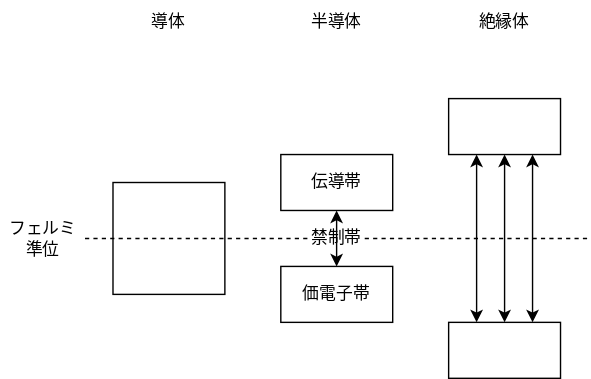
Earlier version of the draw.io export Lab/Physics/CondensedMatter/img/Fig-4.2.1.dio.svg (amane-uehara/kanade-k-1228.github.io). Source tidied: cells renumbered, new cells last; positions are measured from the earlier drawing's top-left corner, leaving out a move shared by most shapes. The source it was exported from:
```xml
<mxGraphModel>
  <root>
    <mxCell id="0" />
    <mxCell id="1" parent="0" />
    <mxCell id="2" style="rounded=0;whiteSpace=wrap;html=1;" parent="1" vertex="1">
      <mxGeometry x="80" y="130" width="80" height="80" as="geometry" />
    </mxCell>
    <mxCell id="3" value="導体" style="text;html=1;strokeColor=none;fillColor=none;align=center;verticalAlign=middle;whiteSpace=wrap;rounded=0;" parent="1" vertex="1">
      <mxGeometry x="100" width="40" height="30" as="geometry" />
    </mxCell>
    <mxCell id="4" style="endArrow=none;dashed=1;html=1;startArrow=none;" parent="1" edge="1" source="13">
      <mxGeometry relative="1" as="geometry">
        <mxPoint x="420" y="170" as="targetPoint" />
      </mxGeometry>
    </mxCell>
    <mxCell id="5" value="フェルミ&lt;br&gt;準位" style="text;html=1;strokeColor=none;fillColor=none;align=center;verticalAlign=middle;whiteSpace=wrap;rounded=0;" parent="1" vertex="1">
      <mxGeometry y="155" width="60" height="30" as="geometry" />
    </mxCell>
    <mxCell id="6" value="価電子帯" style="rounded=0;whiteSpace=wrap;html=1;" parent="1" vertex="1">
      <mxGeometry x="200" y="190" width="80" height="40" as="geometry" />
    </mxCell>
    <mxCell id="7" value="伝導帯" style="rounded=0;whiteSpace=wrap;html=1;" parent="1" vertex="1">
      <mxGeometry x="200" y="110" width="80" height="40" as="geometry" />
    </mxCell>
    <mxCell id="8" style="rounded=0;whiteSpace=wrap;html=1;" parent="1" vertex="1">
      <mxGeometry x="320" y="230" width="80" height="40" as="geometry" />
    </mxCell>
    <mxCell id="9" style="rounded=0;whiteSpace=wrap;html=1;" parent="1" vertex="1">
      <mxGeometry x="320" y="70" width="80" height="40" as="geometry" />
    </mxCell>
    <mxCell id="10" value="半導体" style="text;html=1;strokeColor=none;fillColor=none;align=center;verticalAlign=middle;whiteSpace=wrap;rounded=0;" parent="1" vertex="1">
      <mxGeometry x="220" width="40" height="30" as="geometry" />
    </mxCell>
    <mxCell id="11" value="絶縁体" style="text;html=1;strokeColor=none;fillColor=none;align=center;verticalAlign=middle;whiteSpace=wrap;rounded=0;" parent="1" vertex="1">
      <mxGeometry x="340" width="40" height="30" as="geometry" />
    </mxCell>
    <mxCell id="12" style="endArrow=classic;startArrow=classic;html=1;" parent="1" edge="1">
      <mxGeometry relative="1" as="geometry">
        <mxPoint x="239.9" y="190" as="sourcePoint" />
        <mxPoint x="239.9" y="150" as="targetPoint" />
      </mxGeometry>
    </mxCell>
    <mxCell id="13" value="禁制帯" style="text;html=1;strokeColor=none;fillColor=none;align=center;verticalAlign=middle;whiteSpace=wrap;rounded=0;" parent="1" vertex="1">
      <mxGeometry x="220" y="155" width="40" height="30" as="geometry" />
    </mxCell>
    <mxCell id="14" style="endArrow=none;dashed=1;html=1;" parent="1" edge="1" target="13">
      <mxGeometry relative="1" as="geometry">
        <mxPoint x="60" y="170" as="sourcePoint" />
      </mxGeometry>
    </mxCell>
    <mxCell id="15" style="endArrow=classic;startArrow=classic;html=1;" parent="1" edge="1">
      <mxGeometry relative="1" as="geometry">
        <mxPoint x="340" y="230" as="sourcePoint" />
        <mxPoint x="340" y="110" as="targetPoint" />
      </mxGeometry>
    </mxCell>
    <mxCell id="16" style="endArrow=classic;startArrow=classic;html=1;" parent="1" edge="1">
      <mxGeometry relative="1" as="geometry">
        <mxPoint x="360" y="230" as="sourcePoint" />
        <mxPoint x="360" y="110" as="targetPoint" />
      </mxGeometry>
    </mxCell>
    <mxCell id="17" style="endArrow=classic;startArrow=classic;html=1;" parent="1" edge="1">
      <mxGeometry relative="1" as="geometry">
        <mxPoint x="380" y="230" as="sourcePoint" />
        <mxPoint x="380" y="110" as="targetPoint" />
      </mxGeometry>
    </mxCell>
  </root>
</mxGraphModel>
```
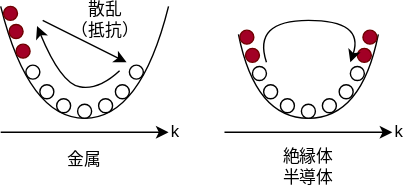
After the change.

The edit, as a diff of the source:
```diff
@@ -2,69 +2,157 @@
   <root>
     <mxCell id="0" />
     <mxCell id="1" parent="0" />
-    <mxCell id="2" style="rounded=0;whiteSpace=wrap;html=1;" parent="1" vertex="1">
-      <mxGeometry x="80" y="130" width="80" height="80" as="geometry" />
+    <mxCell id="2" style="endArrow=none;html=1;curved=1;" parent="1" edge="1">
+      <mxGeometry relative="1" as="geometry">
+        <mxPoint y="110" as="sourcePoint" />
+        <mxPoint x="60" y="190" as="targetPoint" />
+        <Array as="points">
+          <mxPoint x="20" y="190" />
+        </Array>
+      </mxGeometry>
     </mxCell>
-    <mxCell id="3" value="導体" style="text;html=1;strokeColor=none;fillColor=none;align=center;verticalAlign=middle;whiteSpace=wrap;rounded=0;" parent="1" vertex="1">
-      <mxGeometry x="100" width="40" height="30" as="geometry" />
+    <mxCell id="3" style="endArrow=none;html=1;curved=1;" parent="1" edge="1">
+      <mxGeometry relative="1" as="geometry">
+        <mxPoint x="120" y="110" as="sourcePoint" />
+        <mxPoint x="60" y="190" as="targetPoint" />
+        <Array as="points">
+          <mxPoint x="100" y="190" />
+        </Array>
+      </mxGeometry>
     </mxCell>
-    <mxCell id="4" style="endArrow=none;dashed=1;html=1;startArrow=none;" parent="1" edge="1" source="13">
-      <mxGeometry relative="1" as="geometry">
-        <mxPoint x="420" y="170" as="targetPoint" />
-      </mxGeometry>
+    <mxCell id="4" style="ellipse;whiteSpace=wrap;html=1;" parent="1" vertex="1">
+      <mxGeometry x="40" y="176" width="10" height="10" as="geometry" />
     </mxCell>
-    <mxCell id="5" value="フェルミ&lt;br&gt;準位" style="text;html=1;strokeColor=none;fillColor=none;align=center;verticalAlign=middle;whiteSpace=wrap;rounded=0;" parent="1" vertex="1">
-      <mxGeometry y="155" width="60" height="30" as="geometry" />
+    <mxCell id="5" style="ellipse;whiteSpace=wrap;html=1;" parent="1" vertex="1">
+      <mxGeometry x="70" y="176" width="10" height="10" as="geometry" />
     </mxCell>
-    <mxCell id="6" value="価電子帯" style="rounded=0;whiteSpace=wrap;html=1;" parent="1" vertex="1">
-      <mxGeometry x="200" y="190" width="80" height="40" as="geometry" />
+    <mxCell id="6" style="ellipse;whiteSpace=wrap;html=1;" parent="1" vertex="1">
+      <mxGeometry x="55" y="180" width="10" height="10" as="geometry" />
     </mxCell>
-    <mxCell id="7" value="伝導帯" style="rounded=0;whiteSpace=wrap;html=1;" parent="1" vertex="1">
-      <mxGeometry x="200" y="110" width="80" height="40" as="geometry" />
-    </mxCell>
-    <mxCell id="8" style="rounded=0;whiteSpace=wrap;html=1;" parent="1" vertex="1">
-      <mxGeometry x="320" y="230" width="80" height="40" as="geometry" />
+    <mxCell id="8" style="ellipse;whiteSpace=wrap;html=1;" parent="1" vertex="1">
+      <mxGeometry x="28" y="166" width="10" height="10" as="geometry" />
     </mxCell>
-    <mxCell id="9" style="rounded=0;whiteSpace=wrap;html=1;" parent="1" vertex="1">
-      <mxGeometry x="320" y="70" width="80" height="40" as="geometry" />
+    <mxCell id="9" style="ellipse;whiteSpace=wrap;html=1;" parent="1" vertex="1">
+      <mxGeometry x="82" y="166" width="10" height="10" as="geometry" />
     </mxCell>
-    <mxCell id="10" value="半導体" style="text;html=1;strokeColor=none;fillColor=none;align=center;verticalAlign=middle;whiteSpace=wrap;rounded=0;" parent="1" vertex="1">
-      <mxGeometry x="220" width="40" height="30" as="geometry" />
+    <mxCell id="10" style="ellipse;whiteSpace=wrap;html=1;" parent="1" vertex="1">
+      <mxGeometry x="18" y="152" width="10" height="10" as="geometry" />
     </mxCell>
-    <mxCell id="11" value="絶縁体" style="text;html=1;strokeColor=none;fillColor=none;align=center;verticalAlign=middle;whiteSpace=wrap;rounded=0;" parent="1" vertex="1">
-      <mxGeometry x="340" width="40" height="30" as="geometry" />
+    <mxCell id="11" style="ellipse;whiteSpace=wrap;html=1;" parent="1" vertex="1">
+      <mxGeometry x="92" y="152" width="10" height="10" as="geometry" />
     </mxCell>
-    <mxCell id="12" style="endArrow=classic;startArrow=classic;html=1;" parent="1" edge="1">
+    <mxCell id="12" style="endArrow=classic;html=1;curved=1;" parent="1" edge="1">
       <mxGeometry relative="1" as="geometry">
-        <mxPoint x="239.9" y="190" as="sourcePoint" />
-        <mxPoint x="239.9" y="150" as="targetPoint" />
+        <mxPoint x="85" y="156" as="sourcePoint" />
+        <mxPoint x="26" y="124" as="targetPoint" />
+        <Array as="points">
+          <mxPoint x="70" y="170" />
+          <mxPoint x="43" y="165" />
+        </Array>
       </mxGeometry>
     </mxCell>
-    <mxCell id="13" value="禁制帯" style="text;html=1;strokeColor=none;fillColor=none;align=center;verticalAlign=middle;whiteSpace=wrap;rounded=0;" parent="1" vertex="1">
-      <mxGeometry x="220" y="155" width="40" height="30" as="geometry" />
+    <mxCell id="13" style="ellipse;whiteSpace=wrap;html=1;fillColor=#a20025;fontColor=#ffffff;strokeColor=#6F0000;" parent="1" vertex="1">
+      <mxGeometry x="6" y="123" width="10" height="10" as="geometry" />
     </mxCell>
-    <mxCell id="14" style="endArrow=none;dashed=1;html=1;" parent="1" edge="1" target="13">
-      <mxGeometry relative="1" as="geometry">
-        <mxPoint x="60" y="170" as="sourcePoint" />
-      </mxGeometry>
+    <mxCell id="14" style="ellipse;whiteSpace=wrap;html=1;fillColor=#a20025;fontColor=#ffffff;strokeColor=#6F0000;" parent="1" vertex="1">
+      <mxGeometry x="11" y="137" width="10" height="10" as="geometry" />
     </mxCell>
-    <mxCell id="15" style="endArrow=classic;startArrow=classic;html=1;" parent="1" edge="1">
-      <mxGeometry relative="1" as="geometry">
-        <mxPoint x="340" y="230" as="sourcePoint" />
-        <mxPoint x="340" y="110" as="targetPoint" />
-      </mxGeometry>
+    <mxCell id="15" style="ellipse;whiteSpace=wrap;html=1;fillColor=#a20025;fontColor=#ffffff;strokeColor=#6F0000;" parent="1" vertex="1">
+      <mxGeometry x="2" y="110" width="10" height="10" as="geometry" />
     </mxCell>
-    <mxCell id="16" style="endArrow=classic;startArrow=classic;html=1;" parent="1" edge="1">
+    <mxCell id="16" style="endArrow=classic;html=1;curved=1;" parent="1" edge="1">
       <mxGeometry relative="1" as="geometry">
-        <mxPoint x="360" y="230" as="sourcePoint" />
-        <mxPoint x="360" y="110" as="targetPoint" />
+        <mxPoint x="30" y="120" as="sourcePoint" />
+        <mxPoint x="90" y="150" as="targetPoint" />
       </mxGeometry>
     </mxCell>
-    <mxCell id="17" style="endArrow=classic;startArrow=classic;html=1;" parent="1" edge="1">
-      <mxGeometry relative="1" as="geometry">
-        <mxPoint x="380" y="230" as="sourcePoint" />
-        <mxPoint x="380" y="110" as="targetPoint" />
-      </mxGeometry>
+    <mxCell id="17" value="散乱&lt;br&gt;（抵抗）" style="text;html=1;strokeColor=none;fillColor=none;align=center;verticalAlign=middle;whiteSpace=wrap;rounded=0;" parent="1" vertex="1">
+      <mxGeometry x="50" y="110" width="50" height="20" as="geometry" />
     </mxCell>
+    <mxCell id="18" value="金属" style="text;html=1;strokeColor=none;fillColor=none;align=center;verticalAlign=middle;whiteSpace=wrap;rounded=0;" parent="1" vertex="1">
+      <mxGeometry x="40" y="210" width="40" height="20" as="geometry" />
+    </mxCell>
+    <mxCell id="19" style="endArrow=none;html=1;curved=1;" parent="1" edge="1">
+      <mxGeometry relative="1" as="geometry">
+        <mxPoint x="170" y="130" as="sourcePoint" />
+        <mxPoint x="220" y="190" as="targetPoint" />
+        <Array as="points">
+          <mxPoint x="182" y="190" />
+        </Array>
+      </mxGeometry>
+    </mxCell>
+    <mxCell id="20" style="endArrow=none;html=1;curved=1;" parent="1" edge="1">
+      <mxGeometry relative="1" as="geometry">
+        <mxPoint x="270" y="130" as="sourcePoint" />
+        <mxPoint x="220" y="190" as="targetPoint" />
+        <Array as="points">
+          <mxPoint x="258" y="190" />
+        </Array>
+      </mxGeometry>
+    </mxCell>
+    <mxCell id="21" style="ellipse;whiteSpace=wrap;html=1;" parent="1" vertex="1">
+      <mxGeometry x="200" y="176" width="10" height="10" as="geometry" />
+    </mxCell>
+    <mxCell id="22" style="ellipse;whiteSpace=wrap;html=1;" parent="1" vertex="1">
+      <mxGeometry x="230" y="176" width="10" height="10" as="geometry" />
+    </mxCell>
+    <mxCell id="23" style="ellipse;whiteSpace=wrap;html=1;" parent="1" vertex="1">
+      <mxGeometry x="215" y="180" width="10" height="10" as="geometry" />
+    </mxCell>
+    <mxCell id="24" style="ellipse;whiteSpace=wrap;html=1;" parent="1" vertex="1">
+      <mxGeometry x="188" y="166" width="10" height="10" as="geometry" />
+    </mxCell>
+    <mxCell id="25" style="ellipse;whiteSpace=wrap;html=1;" parent="1" vertex="1">
+      <mxGeometry x="242" y="166" width="10" height="10" as="geometry" />
+    </mxCell>
+    <mxCell id="26" style="ellipse;whiteSpace=wrap;html=1;" parent="1" vertex="1">
+      <mxGeometry x="180" y="153" width="10" height="10" as="geometry" />
+    </mxCell>
+    <mxCell id="27" style="ellipse;whiteSpace=wrap;html=1;" parent="1" vertex="1">
+      <mxGeometry x="250" y="153" width="10" height="10" as="geometry" />
+    </mxCell>
+    <mxCell id="28" style="ellipse;whiteSpace=wrap;html=1;fillColor=#a20025;fontColor=#ffffff;strokeColor=#6F0000;" parent="1" vertex="1">
+      <mxGeometry x="171" y="127" width="10" height="10" as="geometry" />
+    </mxCell>
+    <mxCell id="29" style="ellipse;whiteSpace=wrap;html=1;fillColor=#a20025;fontColor=#ffffff;strokeColor=#6F0000;" parent="1" vertex="1">
+      <mxGeometry x="255" y="140" width="10" height="10" as="geometry" />
+    </mxCell>
+    <mxCell id="30" style="ellipse;whiteSpace=wrap;html=1;fillColor=#a20025;fontColor=#ffffff;strokeColor=#6F0000;" parent="1" vertex="1">
+      <mxGeometry x="175" y="140" width="10" height="10" as="geometry" />
+    </mxCell>
+    <mxCell id="31" value="絶縁体&lt;br&gt;半導体" style="text;html=1;strokeColor=none;fillColor=none;align=center;verticalAlign=middle;whiteSpace=wrap;rounded=0;" parent="1" vertex="1">
+      <mxGeometry x="200" y="210" width="40" height="30" as="geometry" />
+    </mxCell>
+    <mxCell id="32" style="ellipse;whiteSpace=wrap;html=1;fillColor=#a20025;fontColor=#ffffff;strokeColor=#6F0000;" parent="1" vertex="1">
+      <mxGeometry x="259" y="127" width="10" height="10" as="geometry" />
+    </mxCell>
+    <mxCell id="33" style="endArrow=classic;html=1;curved=1;" parent="1" edge="1">
+      <mxGeometry relative="1" as="geometry">
+        <mxPoint x="190" y="150" as="sourcePoint" />
+        <mxPoint x="250" y="150" as="targetPoint" />
+        <Array as="points">
+          <mxPoint x="180" y="120" />
+          <mxPoint x="260" y="120" />
+        </Array>
+      </mxGeometry>
+    </mxCell>
+    <mxCell id="34" style="endArrow=classic;html=1;curved=1;" parent="1" edge="1">
+      <mxGeometry relative="1" as="geometry">
+        <mxPoint y="200" as="sourcePoint" />
+        <mxPoint x="120" y="200" as="targetPoint" />
+      </mxGeometry>
+    </mxCell>
+    <mxCell id="35" style="endArrow=classic;html=1;curved=1;" parent="1" edge="1">
+      <mxGeometry relative="1" as="geometry">
+        <mxPoint x="160" y="200" as="sourcePoint" />
+        <mxPoint x="280" y="200" as="targetPoint" />
+      </mxGeometry>
+    </mxCell>
+    <mxCell id="36" value="k" style="text;html=1;strokeColor=none;fillColor=none;align=center;verticalAlign=middle;whiteSpace=wrap;rounded=0;" parent="1" vertex="1">
+      <mxGeometry x="120" y="190" width="10" height="20" as="geometry" />
+    </mxCell>
+    <mxCell id="37" value="k" style="text;html=1;strokeColor=none;fillColor=none;align=center;verticalAlign=middle;whiteSpace=wrap;rounded=0;" parent="1" vertex="1">
+      <mxGeometry x="280" y="190" width="10" height="20" as="geometry" />
+    </mxCell>
   </root>
 </mxGraphModel>
```
